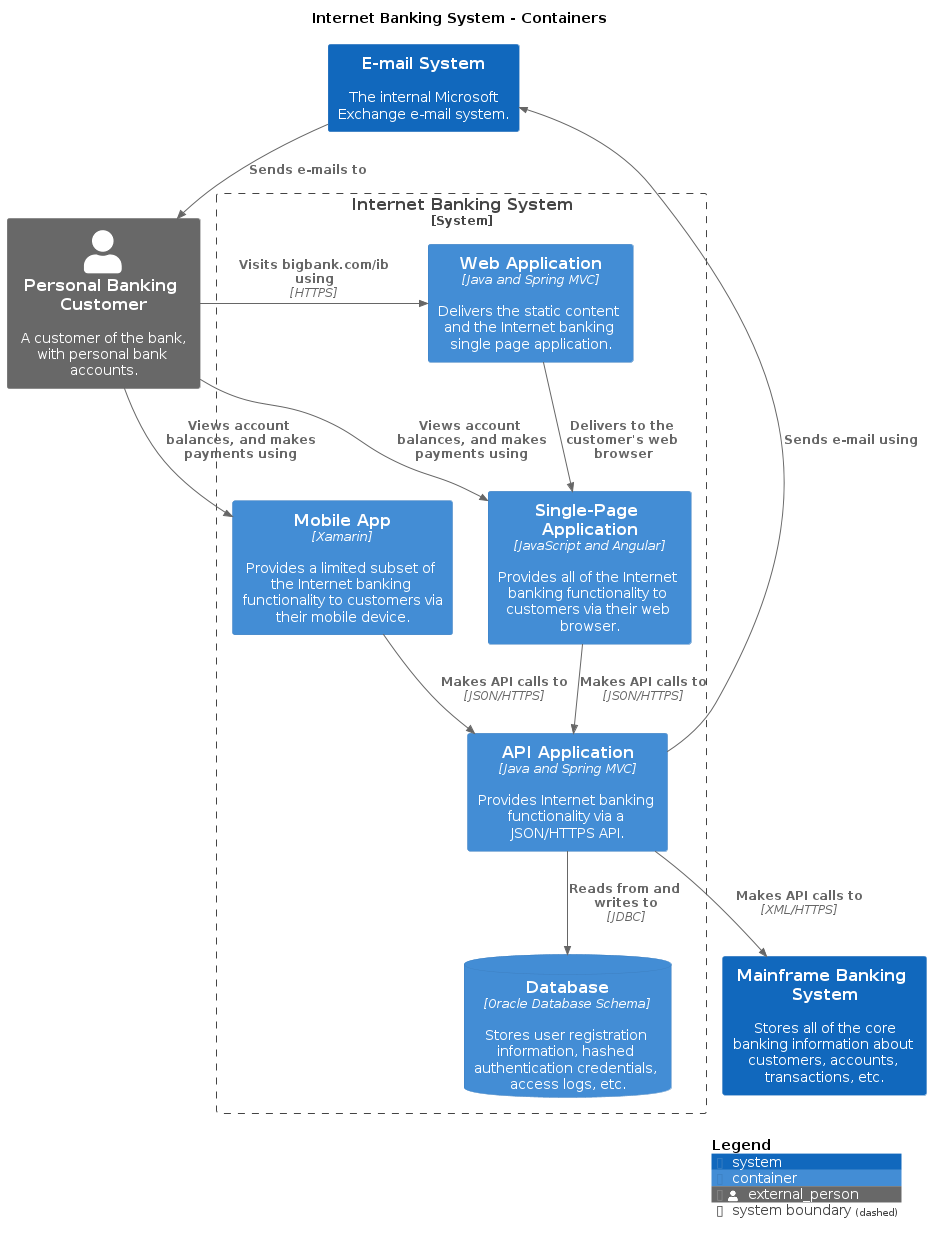
Earlier version of the PlantUML export main/png/Containers.png (avisi-cloud/structurizr-site-generatr).
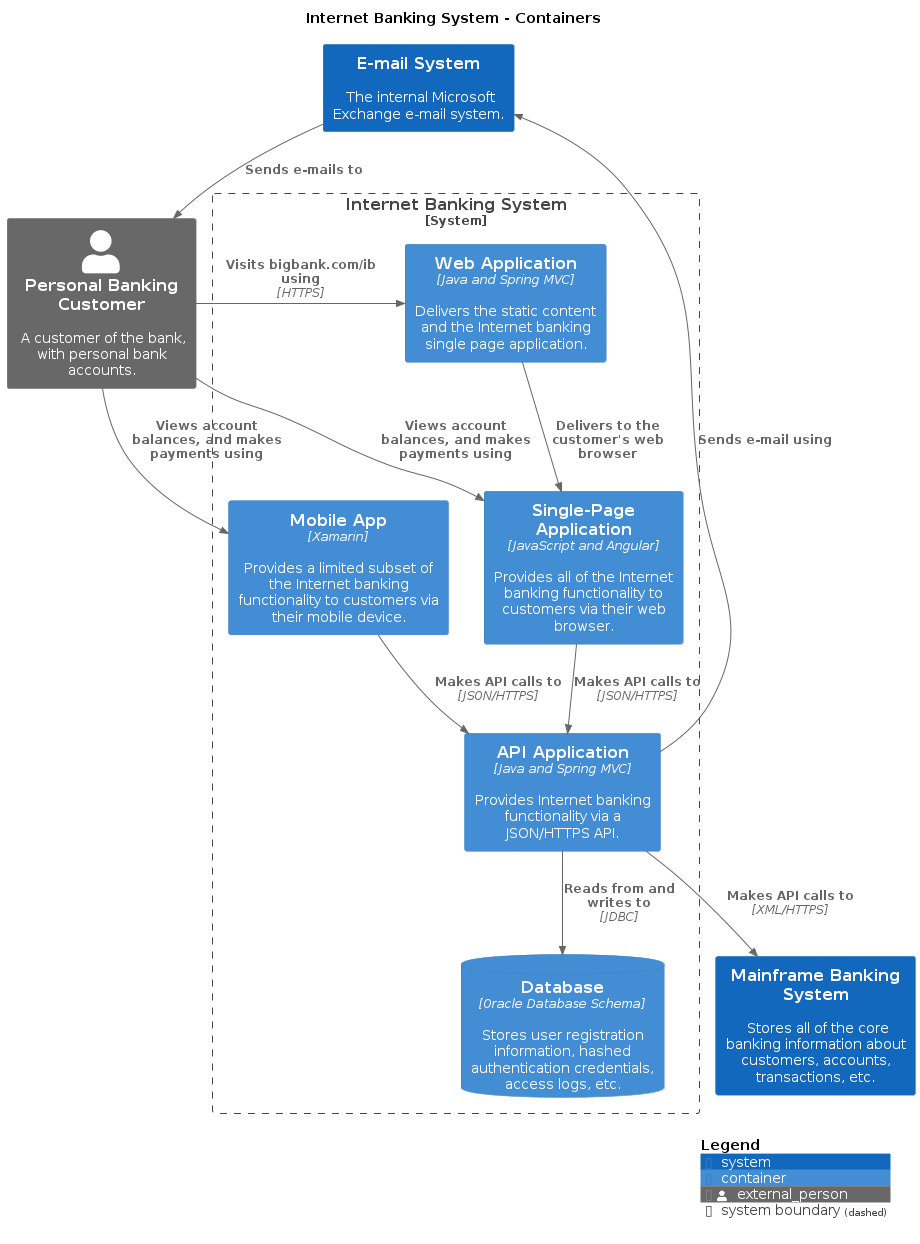
After the commit.

Diff of the diagram source:
```diff
@@ -11,7 +11,7 @@
 System(MainframeBankingSystem, "Mainframe Banking System", "Stores all of the core banking information about customers, accounts, transactions, etc.", $tags="")
 System(EmailSystem, "E-mail System", "The internal Microsoft Exchange e-mail system.", $tags="")
 
-System_Boundary("InternetBankingSystem_boundary", "Internet Banking System") {
+System_Boundary("InternetBankingSystem_boundary", "Internet Banking System", $tags="") {
   Container(InternetBankingSystem.MobileApp, "Mobile App", "Xamarin", "Provides a limited subset of the Internet banking functionality to customers via their mobile device.", $tags="")
   Container(InternetBankingSystem.WebApplication, "Web Application", "Java and Spring MVC", "Delivers the static content and the Internet banking single page application.", $tags="")
   Container(InternetBankingSystem.APIApplication, "API Application", "Java and Spring MVC", "Provides Internet banking functionality via a JSON/HTTPS API.", $tags="")
@@ -30,5 +30,5 @@
 Rel_D(InternetBankingSystem.APIApplication, MainframeBankingSystem, "Makes API calls to", "XML/HTTPS", $tags="")
 Rel_D(InternetBankingSystem.APIApplication, EmailSystem, "Sends e-mail using", $tags="")
 
-SHOW_LEGEND()
+SHOW_LEGEND(true)
 @enduml
```
